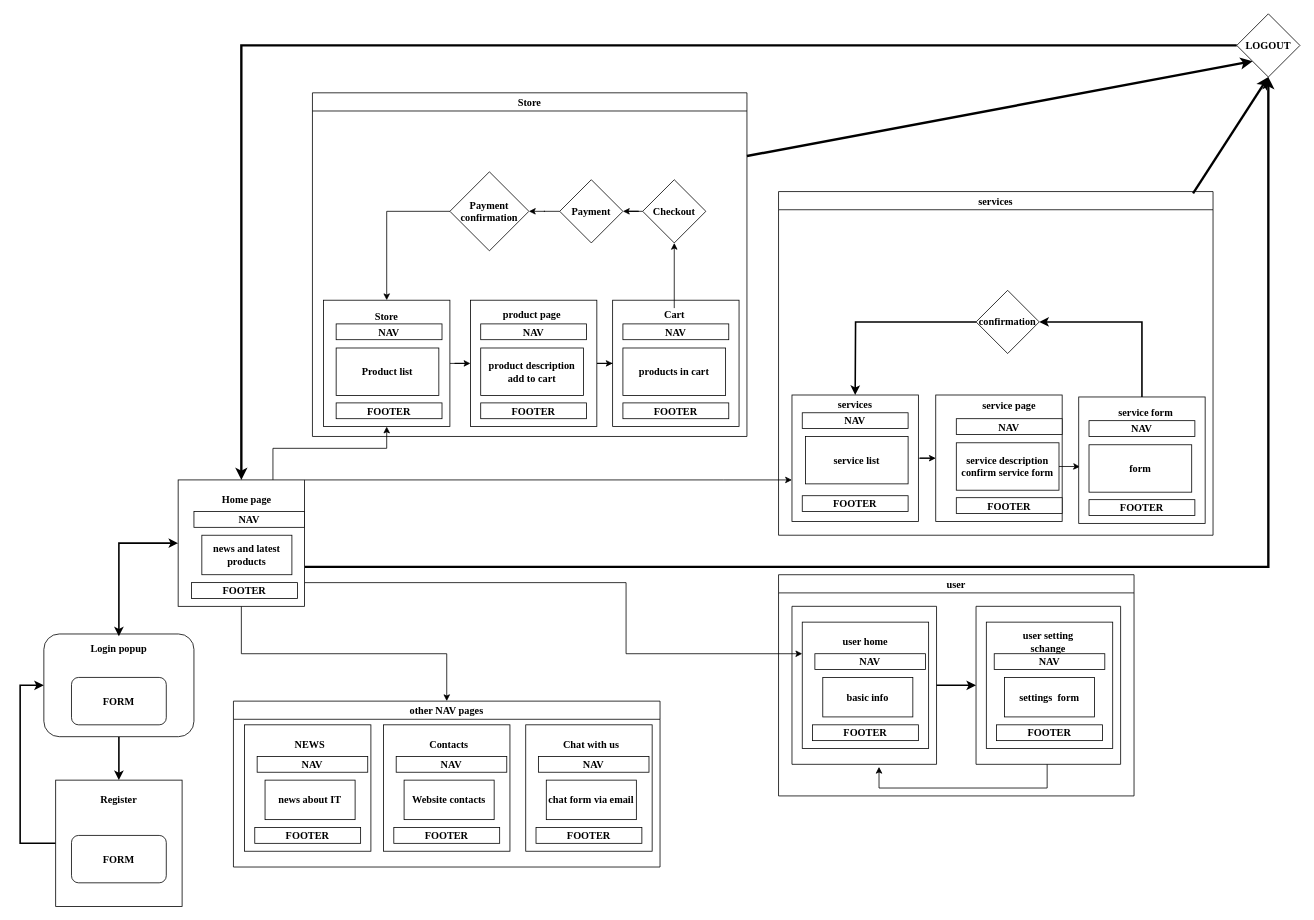
Above: Untitled Diagram.drawio in davisvaceris/www_3_sem_real (draw.io), before the change. Source tidied: cells renumbered, new cells numbered last; positions are measured from the earlier drawing's top-left corner, leaving out a move shared by most shapes. Both pictures are drawn from the tidied source at 79%, with x=0, y=0 at pixel (20, 13).
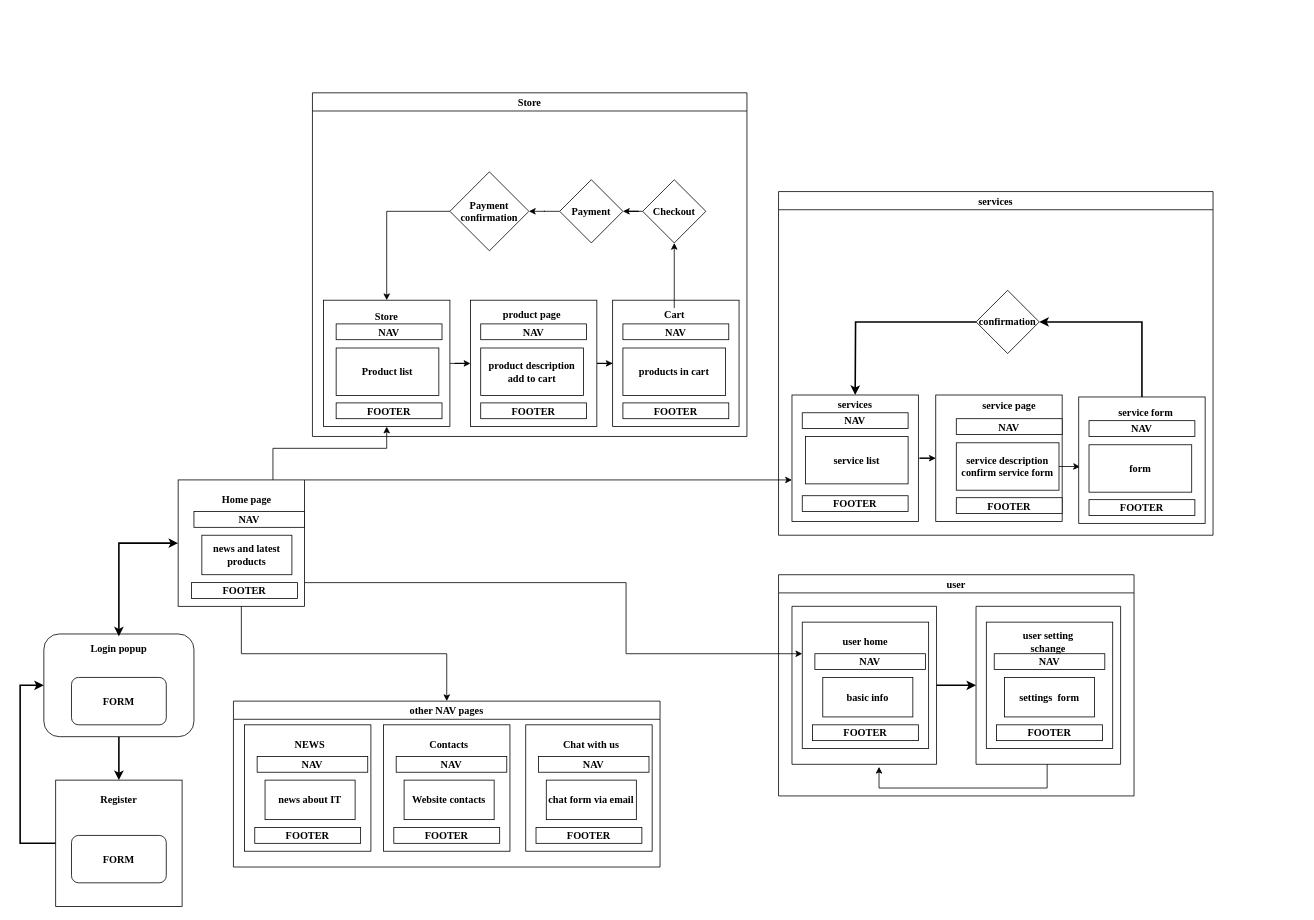
The same page after the edit.

The change refers to these unchanged cells:
```xml
<mxCell id="8" style="whiteSpace=wrap;html=1;fontFamily=Times New Roman;fontStyle=1;fontSize=13;" parent="1" vertex="1">
  <mxGeometry x="200" y="590" width="160" height="160" as="geometry" />
</mxCell>
<mxCell id="38" value="services" style="swimlane;fontFamily=Times New Roman;fontStyle=1;fontSize=13;" parent="1" vertex="1">
  <mxGeometry x="960" y="225" width="550" height="435" as="geometry" />
</mxCell>
```

What changed in the source:
```diff
@@
-    <mxCell id="5" style="edgeStyle=orthogonalEdgeStyle;rounded=0;comic=0;jettySize=auto;html=1;entryX=0.5;entryY=1;entryDx=0;entryDy=0;strokeWidth=3;fontFamily=Times New Roman;fontStyle=1;fontSize=13;" parent="1" edge="1" source="8" target="60">
-      <mxGeometry relative="1" as="geometry">
-        <Array as="points">
-          <mxPoint x="1580" y="700" />
-        </Array>
-      </mxGeometry>
-    </mxCell>
@@
-    <mxCell id="59" style="edgeStyle=orthogonalEdgeStyle;rounded=0;jettySize=auto;html=1;strokeWidth=3;flowAnimation=0;comic=0;enumerate=0;orthogonal=0;noJump=0;backgroundOutline=0;arcSize=20;fontFamily=Times New Roman;fontStyle=1;fontSize=13;entryX=0.5;entryY=0;entryDx=0;entryDy=0;" parent="1" edge="1" source="60" target="8">
-      <mxGeometry relative="1" as="geometry" />
-    </mxCell>
-    <mxCell id="60" value="LOGOUT" style="rhombus;whiteSpace=wrap;html=1;fontFamily=Times New Roman;fontStyle=1;fontSize=13;" parent="1" vertex="1">
-      <mxGeometry x="1540" width="80" height="80" as="geometry" />
-    </mxCell>
-    <mxCell id="61" style="endArrow=classic;html=1;rounded=0;comic=0;strokeWidth=3;entryX=0;entryY=1;entryDx=0;entryDy=0;fontFamily=Times New Roman;fontStyle=1;fontSize=13;" parent="1" edge="1" target="60">
-      <mxGeometry relative="1" as="geometry">
-        <mxPoint x="920" y="180" as="sourcePoint" />
-      </mxGeometry>
-    </mxCell>
-    <mxCell id="62" style="endArrow=classic;html=1;rounded=0;comic=0;strokeWidth=3;entryX=0.5;entryY=1;entryDx=0;entryDy=0;exitX=0.954;exitY=0.005;exitDx=0;exitDy=0;exitPerimeter=0;fontFamily=Times New Roman;fontStyle=1;fontSize=13;" parent="1" edge="1" source="38" target="60">
-      <mxGeometry relative="1" as="geometry" />
-    </mxCell>
```
